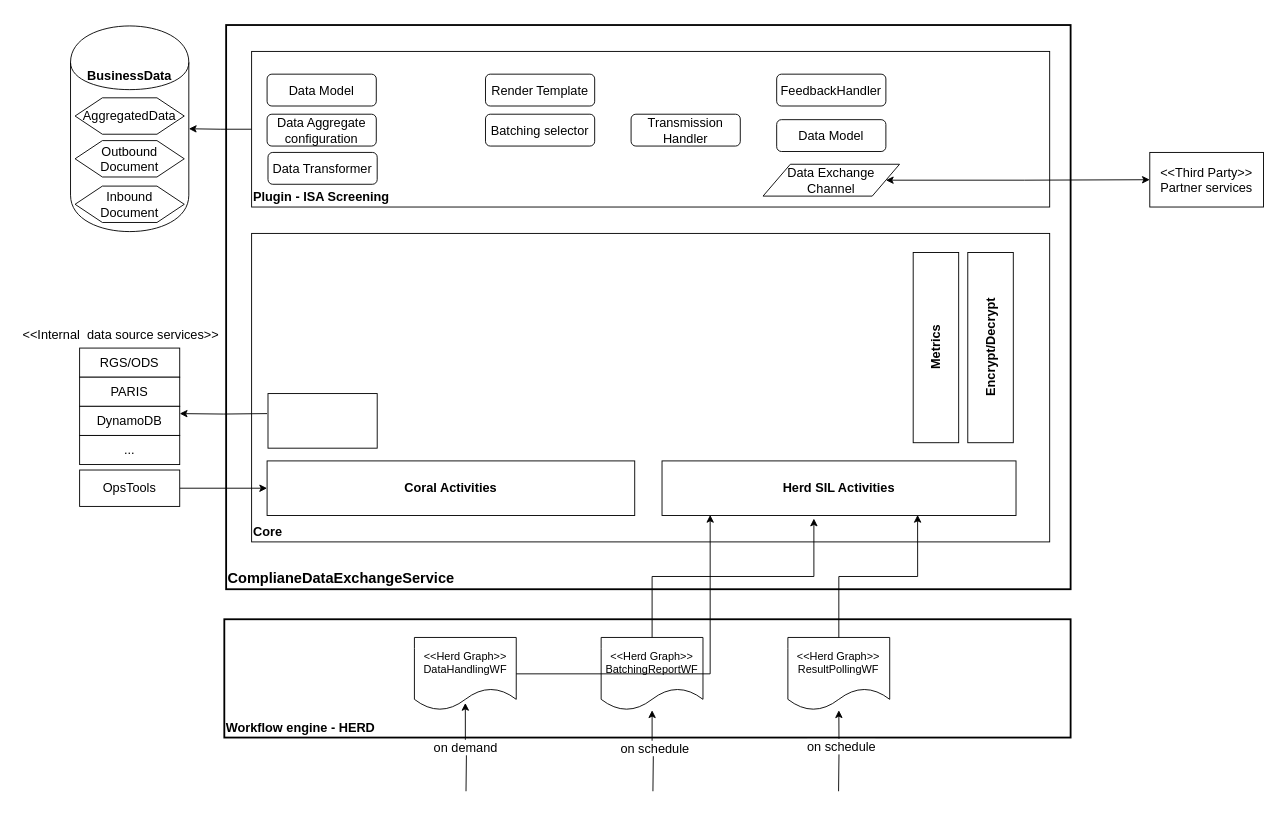
This is page "Page-2" (2 of 3) of Untitled Diagram.drawio from dongposhi/Mimicat, a draw.io file, before an edit. Source tidied: cells renumbered, new cells numbered last; positions are measured from the earlier drawing's top-left corner, leaving out a move shared by most shapes. Both pictures are drawn from the tidied source at 91%, with x=0, y=0 at pixel (15, 25).
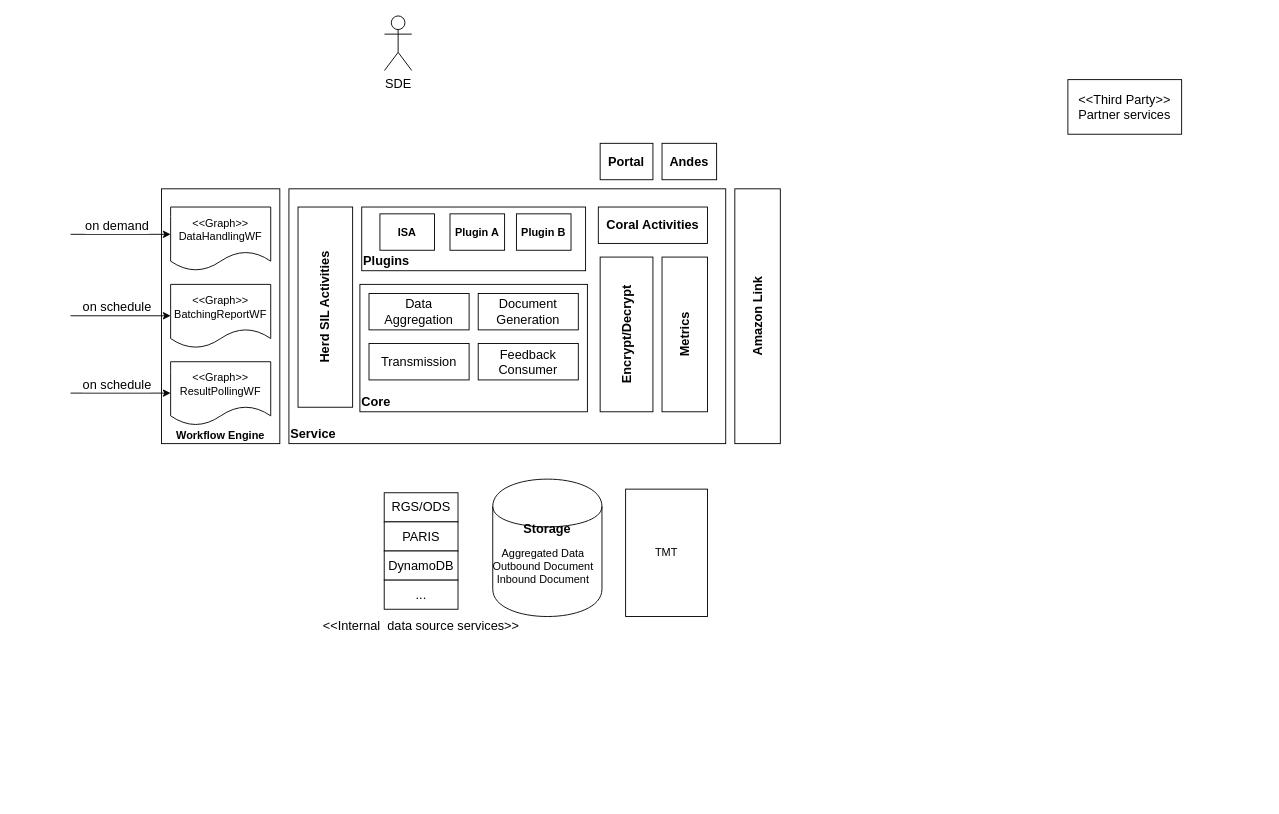
The same page after the edit.

The edit, as a diff of the source:
```diff
@@
-    <mxCell id="2" value="&lt;b&gt;&lt;font style=&quot;font-size: 16px&quot;&gt;ComplianeDataExchangeService&lt;/font&gt;&lt;/b&gt;" style="rounded=0;whiteSpace=wrap;html=1;fontSize=14;align=left;strokeWidth=2;verticalAlign=bottom;" parent="1" vertex="1">
-      <mxGeometry x="231" width="928" height="620" as="geometry" />
-    </mxCell>
-    <mxCell id="3" value="Core" style="rounded=0;whiteSpace=wrap;html=1;fontSize=14;align=left;verticalAlign=bottom;fontStyle=1;" parent="1" vertex="1">
-      <mxGeometry x="259" y="229" width="877" height="339" as="geometry" />
-    </mxCell>
-    <mxCell id="4" style="group;strokeWidth=2;" parent="1" vertex="1">
-      <mxGeometry x="269" y="653" width="890" height="130" as="geometry" />
-    </mxCell>
-    <mxCell id="5" value="Workflow engine - HERD" style="rounded=0;whiteSpace=wrap;html=1;align=left;verticalAlign=bottom;fontStyle=1;fontSize=14;strokeWidth=2;" parent="4" vertex="1">
-      <mxGeometry x="-40" width="930" height="130" as="geometry" />
-    </mxCell>
-    <mxCell id="6" value="&amp;lt;&amp;lt;Herd Graph&amp;gt;&amp;gt;&lt;br&gt;DataHandlingWF" style="shape=document;whiteSpace=wrap;html=1;boundedLbl=1;" parent="4" vertex="1">
-      <mxGeometry x="168.9" y="20" width="111.9" height="80" as="geometry" />
-    </mxCell>
-    <mxCell id="7" value="&amp;lt;&amp;lt;Herd Graph&amp;gt;&amp;gt;&lt;br&gt;BatchingReportWF" style="shape=document;whiteSpace=wrap;html=1;boundedLbl=1;" parent="4" vertex="1">
-      <mxGeometry x="374.1" y="20" width="111.9" height="80" as="geometry" />
-    </mxCell>
-    <mxCell id="8" value="&amp;lt;&amp;lt;Herd Graph&amp;gt;&amp;gt;&lt;br&gt;ResultPollingWF" style="shape=document;whiteSpace=wrap;html=1;boundedLbl=1;" parent="4" vertex="1">
-      <mxGeometry x="579.3" y="20" width="111.9" height="80" as="geometry" />
-    </mxCell>
-    <mxCell id="9" style="edgeStyle=orthogonalEdgeStyle;rounded=0;jettySize=auto;html=1;startArrow=none;startFill=0;endArrow=classic;endFill=1;fontSize=14;" parent="1" edge="1" source="10" target="43">
-      <mxGeometry relative="1" as="geometry" />
-    </mxCell>
-    <mxCell id="10" value="Plugin - ISA Screening" style="rounded=0;whiteSpace=wrap;html=1;fontSize=14;align=left;verticalAlign=bottom;fontStyle=1;" parent="1" vertex="1">
-      <mxGeometry x="259" y="29" width="877" height="171" as="geometry" />
-    </mxCell>
-    <mxCell id="11" style="edgeStyle=orthogonalEdgeStyle;rounded=0;jettySize=auto;html=1;fontSize=14;" parent="1" edge="1" target="7">
-      <mxGeometry relative="1" as="geometry">
-        <mxPoint x="700" y="842" as="sourcePoint" />
-      </mxGeometry>
-    </mxCell>
-    <mxCell id="12" value="on schedule" style="text;html=1;align=center;verticalAlign=middle;labelBackgroundColor=#ffffff;fontSize=14;" parent="11" vertex="1">
-      <mxGeometry x="0.08" y="-2" relative="1" as="geometry" />
-    </mxCell>
-    <mxCell id="13" style="edgeStyle=orthogonalEdgeStyle;rounded=0;jettySize=auto;html=1;fontSize=14;" parent="1" edge="1" target="8">
-      <mxGeometry relative="1" as="geometry">
-        <mxPoint x="904" y="842" as="sourcePoint" />
-      </mxGeometry>
-    </mxCell>
-    <mxCell id="14" value="on schedule" style="text;html=1;align=center;verticalAlign=middle;labelBackgroundColor=#ffffff;fontSize=14;" parent="13" vertex="1">
-      <mxGeometry x="0.12" y="-2" relative="1" as="geometry" />
-    </mxCell>
-    <mxCell id="15" style="edgeStyle=orthogonalEdgeStyle;rounded=0;jettySize=auto;html=1;entryX=0.5;entryY=0.9;entryDx=0;entryDy=0;entryPerimeter=0;fontSize=14;" parent="1" edge="1" target="6">
-      <mxGeometry relative="1" as="geometry">
-        <mxPoint x="494.6" y="842" as="sourcePoint" />
-      </mxGeometry>
-    </mxCell>
-    <mxCell id="16" value="on demand" style="text;html=1;align=center;verticalAlign=middle;labelBackgroundColor=#ffffff;fontSize=14;" parent="15" vertex="1">
-      <mxGeometry x="0.02" relative="1" as="geometry" />
-    </mxCell>
-    <mxCell id="17" value="Data Model" style="rounded=1;whiteSpace=wrap;html=1;fontSize=14;" parent="1" vertex="1">
-      <mxGeometry x="276" y="54" width="120" height="35" as="geometry" />
-    </mxCell>
-    <mxCell id="18" value="Render Template" style="rounded=1;whiteSpace=wrap;html=1;fontSize=14;" parent="1" vertex="1">
-      <mxGeometry x="516" y="54" width="120" height="35" as="geometry" />
-    </mxCell>
-    <mxCell id="19" value="Batching selector" style="rounded=1;whiteSpace=wrap;html=1;fontSize=14;" parent="1" vertex="1">
-      <mxGeometry x="516" y="98" width="120" height="35" as="geometry" />
-    </mxCell>
-    <mxCell id="20" value="Transmission Handler" style="rounded=1;whiteSpace=wrap;html=1;fontSize=14;" parent="1" vertex="1">
-      <mxGeometry x="676" y="98" width="120" height="35" as="geometry" />
-    </mxCell>
-    <mxCell id="21" value="Data Aggregate&lt;br&gt;configuration" style="rounded=1;whiteSpace=wrap;html=1;fontSize=14;" parent="1" vertex="1">
-      <mxGeometry x="276" y="98" width="120" height="35" as="geometry" />
-    </mxCell>
-    <mxCell id="22" value="Data Model" style="rounded=1;whiteSpace=wrap;html=1;fontSize=14;" parent="1" vertex="1">
-      <mxGeometry x="836" y="104" width="120" height="35" as="geometry" />
-    </mxCell>
+    <mxCell id="51" value="Service" style="rounded=0;whiteSpace=wrap;html=1;fontSize=14;align=left;verticalAlign=bottom;fontStyle=1;" parent="1" vertex="1">
+      <mxGeometry x="300" y="180" width="480" height="280" as="geometry" />
+    </mxCell>
+    <mxCell id="52" value="Workflow Engine" style="whiteSpace=wrap;html=1;verticalAlign=bottom;fontStyle=1;" parent="1" vertex="1">
+      <mxGeometry x="160" y="180" width="130" height="280" as="geometry" />
+    </mxCell>
     <mxCell id="23" value="Metrics" style="rounded=0;whiteSpace=wrap;html=1;fontSize=14;align=center;horizontal=0;fontStyle=1;" parent="1" vertex="1">
-      <mxGeometry x="986" y="250" width="50" height="209" as="geometry" />
+      <mxGeometry x="710" y="255" width="50" height="170" as="geometry" />
     </mxCell>
     <mxCell id="24" value="Encrypt/Decrypt" style="rounded=0;whiteSpace=wrap;html=1;fontSize=14;align=center;horizontal=0;fontStyle=1;" parent="1" vertex="1">
-      <mxGeometry x="1046" y="250" width="50" height="209" as="geometry" />
+      <mxGeometry x="642" y="255" width="58" height="170" as="geometry" />
     </mxCell>
-    <mxCell id="25" style="edgeStyle=orthogonalEdgeStyle;rounded=0;jettySize=auto;html=1;entryX=1;entryY=0.25;entryDx=0;entryDy=0;fontSize=14;exitX=0;exitY=0.25;exitDx=0;exitDy=0;" parent="1" edge="1" target="36">
-      <mxGeometry relative="1" as="geometry">
-        <mxPoint x="276" y="427" as="sourcePoint" />
-      </mxGeometry>
-    </mxCell>
-    <mxCell id="26" style="edgeStyle=orthogonalEdgeStyle;rounded=0;jettySize=auto;html=1;fontSize=14;entryX=0.136;entryY=0.989;entryDx=0;entryDy=0;entryPerimeter=0;" parent="1" edge="1" source="6" target="41">
-      <mxGeometry relative="1" as="geometry" />
-    </mxCell>
-    <mxCell id="27" style="edgeStyle=orthogonalEdgeStyle;rounded=0;jettySize=auto;html=1;fontSize=14;entryX=0.429;entryY=1.056;entryDx=0;entryDy=0;entryPerimeter=0;" parent="1" edge="1" source="7" target="41">
-      <mxGeometry relative="1" as="geometry" />
-    </mxCell>
-    <mxCell id="28" style="edgeStyle=orthogonalEdgeStyle;rounded=0;jettySize=auto;html=1;entryX=0.722;entryY=0.989;entryDx=0;entryDy=0;entryPerimeter=0;fontSize=14;" parent="1" edge="1" source="8" target="41">
-      <mxGeometry relative="1" as="geometry" />
-    </mxCell>
-    <mxCell id="29" style="edgeStyle=orthogonalEdgeStyle;rounded=0;jettySize=auto;html=1;entryX=0;entryY=0.5;entryDx=0;entryDy=0;fontSize=14;startArrow=classic;startFill=1;" parent="1" edge="1" source="30" target="31">
-      <mxGeometry relative="1" as="geometry" />
-    </mxCell>
-    <mxCell id="30" value="&lt;span style=&quot;white-space: normal&quot;&gt;Data Exchange Channel&lt;/span&gt;" style="shape=parallelogram;perimeter=parallelogramPerimeter;whiteSpace=wrap;html=1;fontSize=14;align=center;" parent="1" vertex="1">
-      <mxGeometry x="821" y="153" width="150" height="35" as="geometry" />
-    </mxCell>
     <mxCell id="31" value="&amp;lt;&amp;lt;Third Party&amp;gt;&amp;gt;&lt;br&gt;Partner services" style="rounded=0;whiteSpace=wrap;html=1;fontSize=14;align=center;" parent="1" vertex="1">
-      <mxGeometry x="1246" y="140" width="125" height="60" as="geometry" />
+      <mxGeometry x="1156" y="60" width="125" height="60" as="geometry" />
     </mxCell>
     <mxCell id="32" style="group;" parent="1" vertex="1">
-      <mxGeometry x="50" y="331" width="190" height="152" as="geometry" />
+      <mxGeometry x="390" y="490" width="140" height="152" as="geometry" />
     </mxCell>
     <mxCell id="33" style="group;" parent="32" vertex="1">
-      <mxGeometry x="20" y="24" width="110" height="128" as="geometry" />
+      <mxGeometry x="14.7" y="24" width="81.1" height="128" as="geometry" />
     </mxCell>
     <mxCell id="34" value="RGS/ODS" style="rounded=0;whiteSpace=wrap;html=1;fontSize=14;align=center;" parent="33" vertex="1">
-      <mxGeometry width="110" height="32" as="geometry" />
+      <mxGeometry width="81.1" height="32" as="geometry" />
     </mxCell>
     <mxCell id="35" value="PARIS" style="rounded=0;whiteSpace=wrap;html=1;fontSize=14;align=center;" parent="33" vertex="1">
-      <mxGeometry y="32" width="110" height="32" as="geometry" />
+      <mxGeometry y="32" width="81.1" height="32" as="geometry" />
     </mxCell>
     <mxCell id="36" value="DynamoDB" style="rounded=0;whiteSpace=wrap;html=1;fontSize=14;align=center;" parent="33" vertex="1">
-      <mxGeometry y="64" width="110" height="32" as="geometry" />
+      <mxGeometry y="64" width="81.1" height="32" as="geometry" />
     </mxCell>
     <mxCell id="37" value="..." style="rounded=0;whiteSpace=wrap;html=1;fontSize=14;align=center;" parent="33" vertex="1">
-      <mxGeometry y="96" width="110" height="32" as="geometry" />
+      <mxGeometry y="96" width="81.1" height="32" as="geometry" />
     </mxCell>
+    <mxCell id="41" value="Herd SIL Activities" style="rounded=0;whiteSpace=wrap;html=1;fontSize=14;align=center;fontStyle=1;direction=south;horizontal=0;" parent="1" vertex="1">
+      <mxGeometry x="310" y="200" width="60" height="220" as="geometry" />
+    </mxCell>
+    <mxCell id="49" value="Coral Activities" style="rounded=0;whiteSpace=wrap;html=1;fontSize=14;align=center;fontStyle=1;direction=east;flipH=1;flipV=1;horizontal=1;" parent="1" vertex="1">
+      <mxGeometry x="640" y="200" width="120" height="40" as="geometry" />
+    </mxCell>
+    <mxCell id="6" value="&amp;lt;&amp;lt;Graph&amp;gt;&amp;gt;&lt;br&gt;DataHandlingWF" style="shape=document;whiteSpace=wrap;html=1;boundedLbl=1;" parent="1" vertex="1">
+      <mxGeometry x="170" y="200" width="110" height="70" as="geometry" />
+    </mxCell>
+    <mxCell id="7" value="&amp;lt;&amp;lt;Graph&amp;gt;&amp;gt;&lt;br&gt;BatchingReportWF" style="shape=document;whiteSpace=wrap;html=1;boundedLbl=1;" parent="1" vertex="1">
+      <mxGeometry x="170" y="285" width="110" height="70" as="geometry" />
+    </mxCell>
+    <mxCell id="8" value="&amp;lt;&amp;lt;Graph&amp;gt;&amp;gt;&lt;br&gt;ResultPollingWF" style="shape=document;whiteSpace=wrap;html=1;boundedLbl=1;" parent="1" vertex="1">
+      <mxGeometry x="170" y="370" width="110" height="70" as="geometry" />
+    </mxCell>
+    <mxCell id="53" value="TMT" style="whiteSpace=wrap;html=1;" parent="1" vertex="1">
+      <mxGeometry x="670" y="510" width="90" height="140" as="geometry" />
+    </mxCell>
-    <mxCell id="38" value="&amp;lt;&amp;lt;Internal&amp;nbsp; data source services&amp;gt;&amp;gt;" style="text;html=1;align=center;verticalAlign=middle;fontSize=14;" parent="32" vertex="1">
-      <mxGeometry x="-50" width="230" height="20" as="geometry" />
+    <mxCell id="38" value="&amp;lt;&amp;lt;Internal&amp;nbsp; data source services&amp;gt;&amp;gt;" style="text;html=1;align=center;verticalAlign=middle;fontSize=14;" parent="1" vertex="1">
+      <mxGeometry x="330" y="650" width="230" height="20" as="geometry" />
     </mxCell>
-    <mxCell id="39" style="edgeStyle=orthogonalEdgeStyle;rounded=0;jettySize=auto;html=1;entryX=0;entryY=0.5;entryDx=0;entryDy=0;startArrow=none;startFill=0;fontSize=14;endArrow=classic;endFill=1;" parent="1" edge="1" source="40" target="49">
-      <mxGeometry relative="1" as="geometry" />
-    </mxCell>
+    <mxCell id="54" value="Amazon Link" style="whiteSpace=wrap;html=1;horizontal=0;fontSize=14;fontStyle=1;" parent="1" vertex="1">
+      <mxGeometry x="790" y="180" width="50" height="280" as="geometry" />
+    </mxCell>
+    <mxCell id="55" style="group;" parent="1" vertex="1">
+      <mxGeometry x="514" y="499" width="130" height="151" as="geometry" />
+    </mxCell>
+    <mxCell id="43" value="&lt;b&gt;Storage&lt;/b&gt;" style="shape=cylinder;whiteSpace=wrap;html=1;boundedLbl=1;backgroundOutline=1;fontSize=14;align=center;verticalAlign=top;" parent="55" vertex="1">
+      <mxGeometry x="10" width="120" height="151" as="geometry" />
+    </mxCell>
+    <mxCell id="56" value="Aggregated Data&lt;br&gt;Outbound Document&lt;br&gt;Inbound Document" style="text;html=1;align=center;verticalAlign=middle;fillColor=none;strokeColor=none;rounded=0;" parent="55" vertex="1">
+      <mxGeometry y="71" width="130" height="50" as="geometry" />
+    </mxCell>
+    <mxCell id="57" value="Portal" style="rounded=0;whiteSpace=wrap;html=1;fontSize=14;align=center;fontStyle=1;direction=east;flipH=1;flipV=1;horizontal=1;" parent="1" vertex="1">
+      <mxGeometry x="642" y="130" width="58" height="40" as="geometry" />
+    </mxCell>
+    <mxCell id="58" value="Andes" style="rounded=0;whiteSpace=wrap;html=1;fontSize=14;align=center;fontStyle=1;direction=east;flipH=1;flipV=1;horizontal=1;" parent="1" vertex="1">
+      <mxGeometry x="710" y="130" width="60" height="40" as="geometry" />
+    </mxCell>
+    <mxCell id="59" style="group;" parent="1" vertex="1">
+      <mxGeometry x="380" y="200" width="246" height="70" as="geometry" />
+    </mxCell>
+    <mxCell id="10" value="Plugins&amp;nbsp;" style="rounded=0;whiteSpace=wrap;html=1;fontSize=14;align=left;verticalAlign=bottom;fontStyle=1;" parent="59" vertex="1">
+      <mxGeometry width="246" height="70" as="geometry" />
+    </mxCell>
+    <mxCell id="60" value="ISA" style="whiteSpace=wrap;html=1;fontStyle=1;" parent="59" vertex="1">
+      <mxGeometry x="20" y="7.5" width="60" height="40" as="geometry" />
+    </mxCell>
+    <mxCell id="61" value="Plugin A" style="whiteSpace=wrap;html=1;fontStyle=1;" parent="59" vertex="1">
+      <mxGeometry x="97" y="7.5" width="60" height="40" as="geometry" />
+    </mxCell>
+    <mxCell id="62" value="Plugin B" style="whiteSpace=wrap;html=1;fontStyle=1;" parent="59" vertex="1">
+      <mxGeometry x="170" y="7.5" width="60" height="40" as="geometry" />
+    </mxCell>
+    <mxCell id="63" value="SDE" style="shape=umlActor;verticalLabelPosition=bottom;labelBackgroundColor=#ffffff;verticalAlign=top;html=1;fontSize=14;" parent="1" vertex="1">
+      <mxGeometry x="405" y="-10" width="30" height="60" as="geometry" />
+    </mxCell>
+    <mxCell id="3" value="Core" style="rounded=0;whiteSpace=wrap;html=1;fontSize=14;align=left;verticalAlign=bottom;fontStyle=1;" parent="1" vertex="1">
+      <mxGeometry x="378" y="285" width="250" height="140" as="geometry" />
+    </mxCell>
-    <mxCell id="40" value="OpsTools" style="rounded=0;whiteSpace=wrap;html=1;fontSize=14;" parent="1" vertex="1">
-      <mxGeometry x="70" y="489" width="110" height="40" as="geometry" />
+    <mxCell id="40" value="Data Aggregation" style="rounded=0;whiteSpace=wrap;html=1;fontSize=14;" parent="1" vertex="1">
+      <mxGeometry x="388" y="295" width="110" height="40" as="geometry" />
     </mxCell>
-    <mxCell id="41" value="Herd SIL Activities" style="rounded=0;whiteSpace=wrap;html=1;fontSize=14;align=center;fontStyle=1;" parent="1" vertex="1">
-      <mxGeometry x="710" y="479" width="389" height="60" as="geometry" />
-    </mxCell>
-    <mxCell id="42" style="group;" parent="1" vertex="1">
-      <mxGeometry x="40" y="1" width="170" height="226" as="geometry" />
-    </mxCell>
-    <mxCell id="43" value="&lt;b&gt;BusinessData&lt;/b&gt;" style="shape=cylinder;whiteSpace=wrap;html=1;boundedLbl=1;backgroundOutline=1;fontSize=14;align=center;verticalAlign=top;" parent="42" vertex="1">
-      <mxGeometry x="20" width="130" height="226" as="geometry" />
-    </mxCell>
-    <mxCell id="44" value="AggregatedData" style="shape=hexagon;perimeter=hexagonPerimeter2;whiteSpace=wrap;html=1;fontSize=14;" parent="42" vertex="1">
-      <mxGeometry x="25" y="79" width="120" height="40" as="geometry" />
-    </mxCell>
-    <mxCell id="45" value="Outbound&lt;br&gt;Document" style="shape=hexagon;perimeter=hexagonPerimeter2;whiteSpace=wrap;html=1;fontSize=14;" parent="42" vertex="1">
-      <mxGeometry x="25" y="126" width="120" height="40" as="geometry" />
-    </mxCell>
-    <mxCell id="46" value="Inbound&lt;br&gt;Document" style="shape=hexagon;perimeter=hexagonPerimeter2;whiteSpace=wrap;html=1;fontSize=14;" parent="42" vertex="1">
-      <mxGeometry x="25" y="176" width="120" height="40" as="geometry" />
-    </mxCell>
-    <mxCell id="47" value="Data Transformer" style="rounded=1;whiteSpace=wrap;html=1;fontSize=14;" parent="1" vertex="1">
-      <mxGeometry x="277" y="140" width="120" height="35" as="geometry" />
-    </mxCell>
-    <mxCell id="48" value="FeedbackHandler" style="rounded=1;whiteSpace=wrap;html=1;fontSize=14;" parent="1" vertex="1">
-      <mxGeometry x="836" y="54" width="120" height="35" as="geometry" />
-    </mxCell>
-    <mxCell id="49" value="Coral Activities" style="rounded=0;whiteSpace=wrap;html=1;fontSize=14;align=center;fontStyle=1;" parent="1" vertex="1">
-      <mxGeometry x="276" y="479" width="404" height="60" as="geometry" />
-    </mxCell>
-    <mxCell id="50" style="rounded=0;whiteSpace=wrap;html=1;" parent="1" vertex="1">
-      <mxGeometry x="277" y="405" width="120" height="60" as="geometry" />
-    </mxCell>
+    <mxCell id="64" value="Document Generation" style="rounded=0;whiteSpace=wrap;html=1;fontSize=14;" parent="1" vertex="1">
+      <mxGeometry x="508" y="295" width="110" height="40" as="geometry" />
+    </mxCell>
+    <mxCell id="65" value="Transmission" style="rounded=0;whiteSpace=wrap;html=1;fontSize=14;" parent="1" vertex="1">
+      <mxGeometry x="388" y="350" width="110" height="40" as="geometry" />
+    </mxCell>
+    <mxCell id="66" value="Feedback Consumer" style="rounded=0;whiteSpace=wrap;html=1;fontSize=14;" parent="1" vertex="1">
+      <mxGeometry x="508" y="350" width="110" height="40" as="geometry" />
+    </mxCell>
+    <mxCell id="67" style="endArrow=classic;html=1;fontSize=14;" parent="1" edge="1">
+      <mxGeometry relative="1" as="geometry">
+        <mxPoint x="60" y="230" as="sourcePoint" />
+        <mxPoint x="170" y="230" as="targetPoint" />
+      </mxGeometry>
+    </mxCell>
+    <mxCell id="16" value="on demand" style="text;html=1;align=center;verticalAlign=middle;labelBackgroundColor=#ffffff;fontSize=14;" parent="67" vertex="1">
+      <mxGeometry x="-0.24" y="4" relative="1" as="geometry">
+        <mxPoint x="8" y="-6" as="offset" />
+      </mxGeometry>
+    </mxCell>
+    <mxCell id="68" style="endArrow=classic;html=1;fontSize=14;" parent="1" edge="1">
+      <mxGeometry relative="1" as="geometry">
+        <mxPoint x="60" y="319.5" as="sourcePoint" />
+        <mxPoint x="170" y="319.5" as="targetPoint" />
+      </mxGeometry>
+    </mxCell>
+    <mxCell id="69" value="on schedule" style="text;html=1;align=center;verticalAlign=middle;labelBackgroundColor=#ffffff;fontSize=14;" parent="68" vertex="1">
+      <mxGeometry x="-0.24" y="4" relative="1" as="geometry">
+        <mxPoint x="8" y="-6" as="offset" />
+      </mxGeometry>
+    </mxCell>
+    <mxCell id="70" style="endArrow=classic;html=1;fontSize=14;" parent="1" edge="1">
+      <mxGeometry relative="1" as="geometry">
+        <mxPoint x="60" y="404.5" as="sourcePoint" />
+        <mxPoint x="170" y="404.5" as="targetPoint" />
+      </mxGeometry>
+    </mxCell>
+    <mxCell id="71" value="on schedule" style="text;html=1;align=center;verticalAlign=middle;labelBackgroundColor=#ffffff;fontSize=14;" parent="70" vertex="1">
+      <mxGeometry x="-0.24" y="4" relative="1" as="geometry">
+        <mxPoint x="8" y="-6" as="offset" />
+      </mxGeometry>
+    </mxCell>
```
